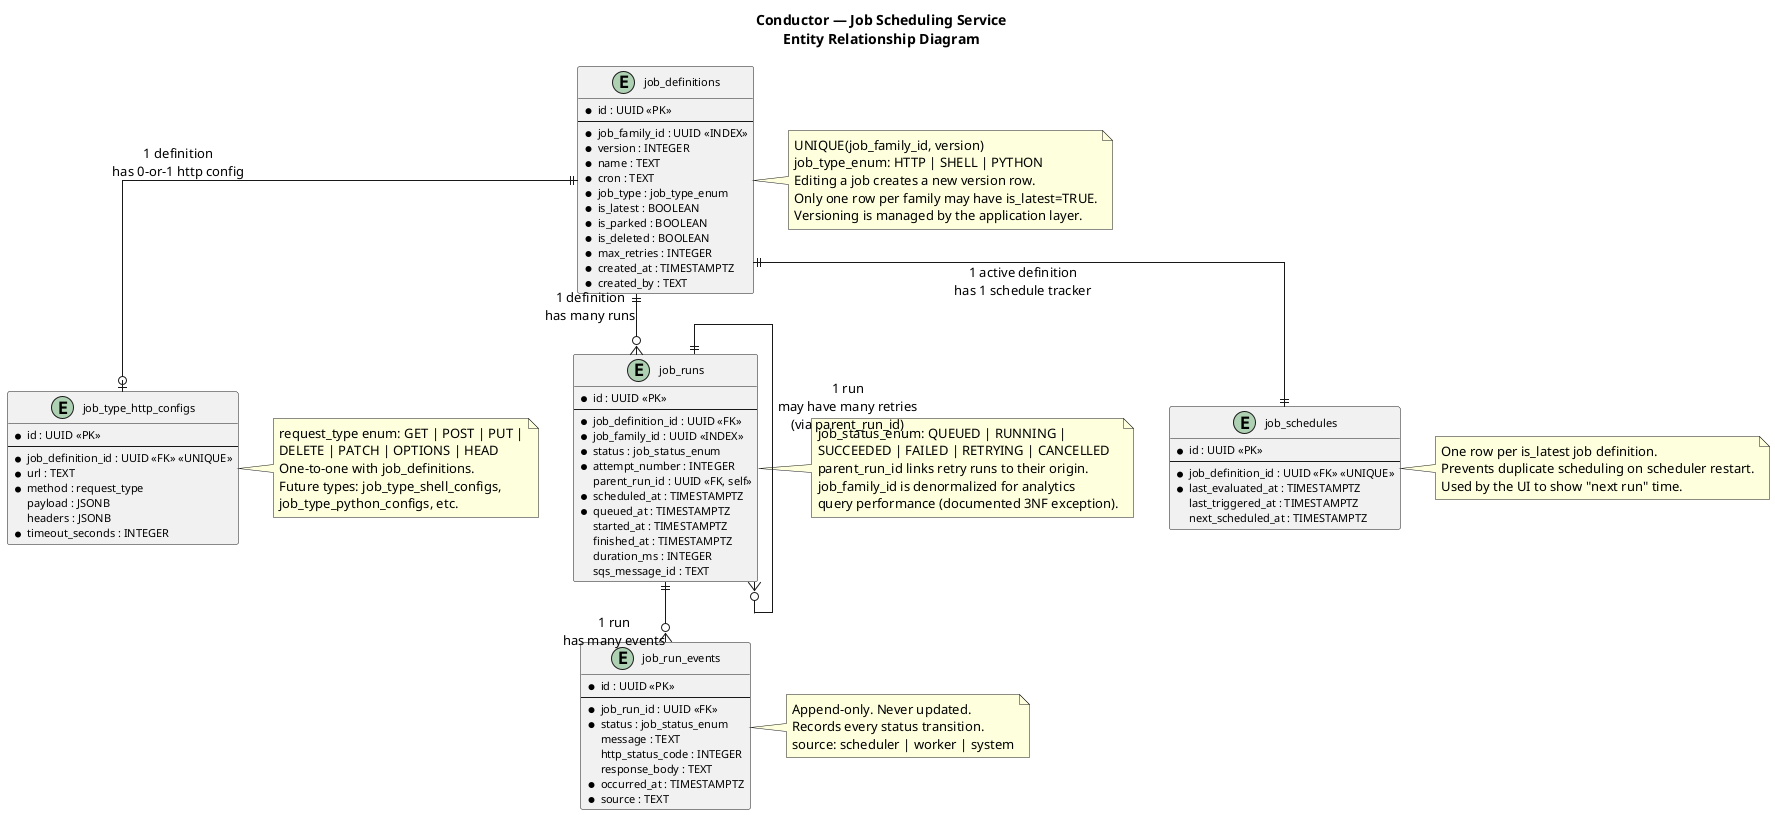
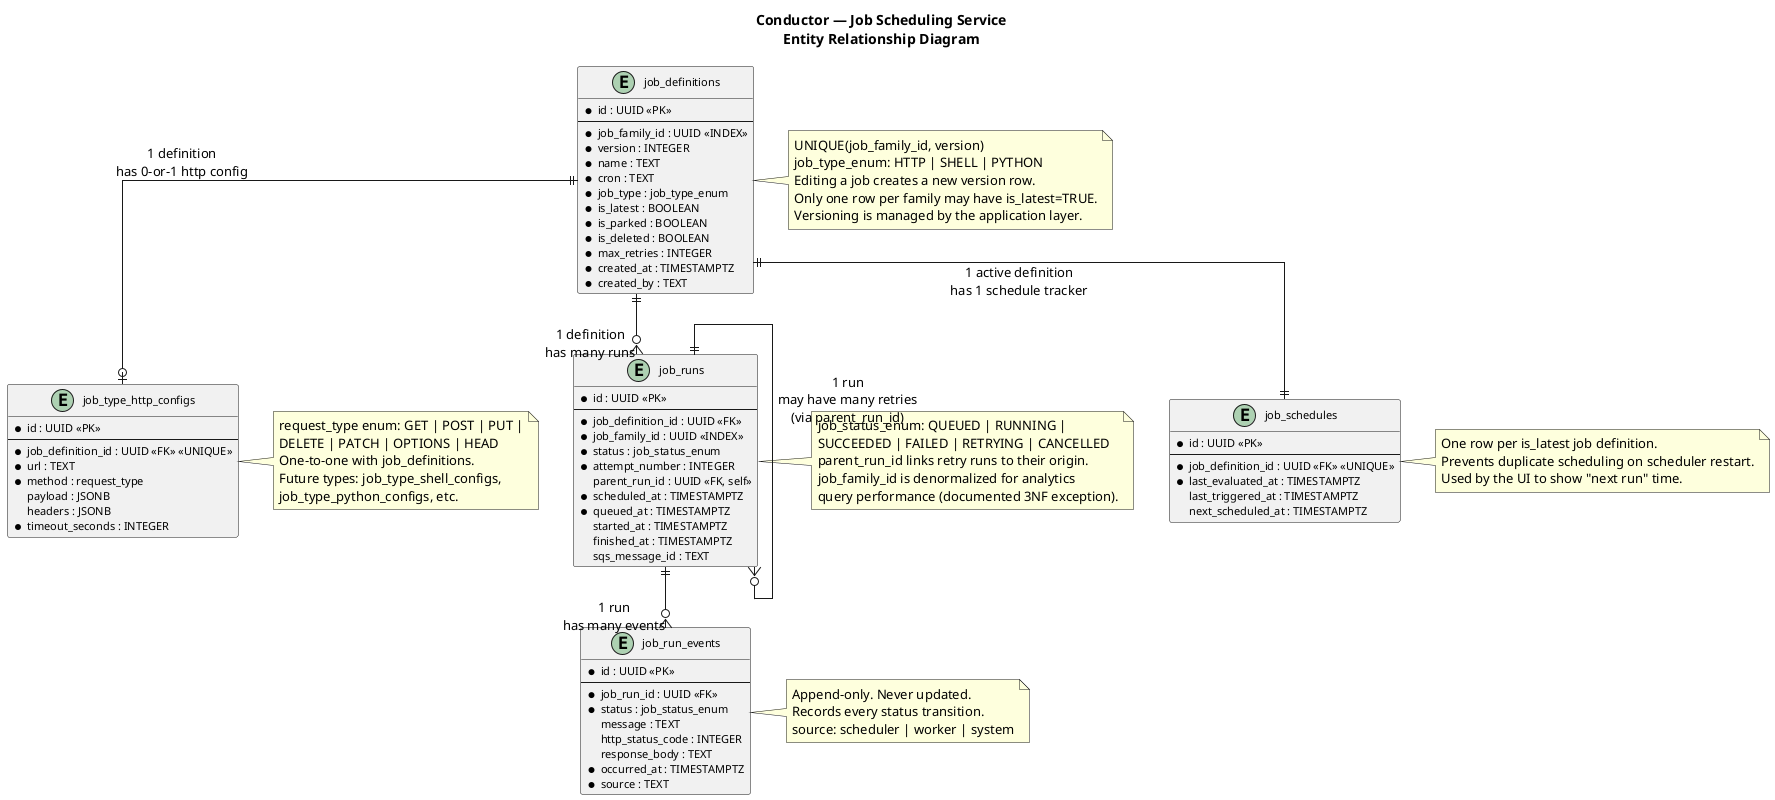
@startuml Conductor ERD

title Conductor — Job Scheduling Service\nEntity Relationship Diagram

skinparam linetype ortho
skinparam classFontSize 12
skinparam classAttributeFontSize 11

entity "job_definitions" as jd {
  * id : UUID <<PK>>
  --
  * job_family_id : UUID <<INDEX>>
  * version : INTEGER
  * name : TEXT
  * cron : TEXT
  * job_type : job_type_enum
  * is_latest : BOOLEAN
  * is_parked : BOOLEAN
  * is_deleted : BOOLEAN
  * max_retries : INTEGER
  * created_at : TIMESTAMPTZ
  * created_by : TEXT
}

note right of jd
  UNIQUE(job_family_id, version)
  job_type_enum: HTTP | SHELL | PYTHON
  Editing a job creates a new version row.
  Only one row per family may have is_latest=TRUE.
  Versioning is managed by the application layer.
end note

entity "job_type_http_configs" as hc {
  * id : UUID <<PK>>
  --
  * job_definition_id : UUID <<FK>> <<UNIQUE>>
  * url : TEXT
  * method : request_type
  payload : JSONB
  headers : JSONB
  * timeout_seconds : INTEGER
}

note right of hc
  request_type enum: GET | POST | PUT |
  DELETE | PATCH | OPTIONS | HEAD
  One-to-one with job_definitions.
  Future types: job_type_shell_configs,
  job_type_python_configs, etc.
end note

entity "job_runs" as jr {
  * id : UUID <<PK>>
  --
  * job_definition_id : UUID <<FK>>
  * job_family_id : UUID <<INDEX>>
  * status : job_status_enum
  * attempt_number : INTEGER
  parent_run_id : UUID <<FK, self>>
  * scheduled_at : TIMESTAMPTZ
  * queued_at : TIMESTAMPTZ
  started_at : TIMESTAMPTZ
  finished_at : TIMESTAMPTZ
-   duration_ms : INTEGER
  sqs_message_id : TEXT
}

note right of jr
  job_status_enum: QUEUED | RUNNING |
  SUCCEEDED | FAILED | RETRYING | CANCELLED
  parent_run_id links retry runs to their origin.
  job_family_id is denormalized for analytics
  query performance (documented 3NF exception).
end note

entity "job_run_events" as jre {
  * id : UUID <<PK>>
  --
  * job_run_id : UUID <<FK>>
  * status : job_status_enum
  message : TEXT
  http_status_code : INTEGER
  response_body : TEXT
  * occurred_at : TIMESTAMPTZ
  * source : TEXT
}

note right of jre
  Append-only. Never updated.
  Records every status transition.
  source: scheduler | worker | system
end note

entity "job_schedules" as js {
  * id : UUID <<PK>>
  --
  * job_definition_id : UUID <<FK>> <<UNIQUE>>
  * last_evaluated_at : TIMESTAMPTZ
  last_triggered_at : TIMESTAMPTZ
  next_scheduled_at : TIMESTAMPTZ
}

note right of js
  One row per is_latest job definition.
  Prevents duplicate scheduling on scheduler restart.
  Used by the UI to show "next run" time.
end note

' Relationships
jd ||--o{ jr : "1 definition\nhas many runs"
jd ||--o| hc : "1 definition\nhas 0-or-1 http config"
jd ||--|| js : "1 active definition\nhas 1 schedule tracker"
jr ||--o{ jre : "1 run\nhas many events"
jr ||--o{ jr : "1 run\nmay have many retries\n(via parent_run_id)"

@enduml